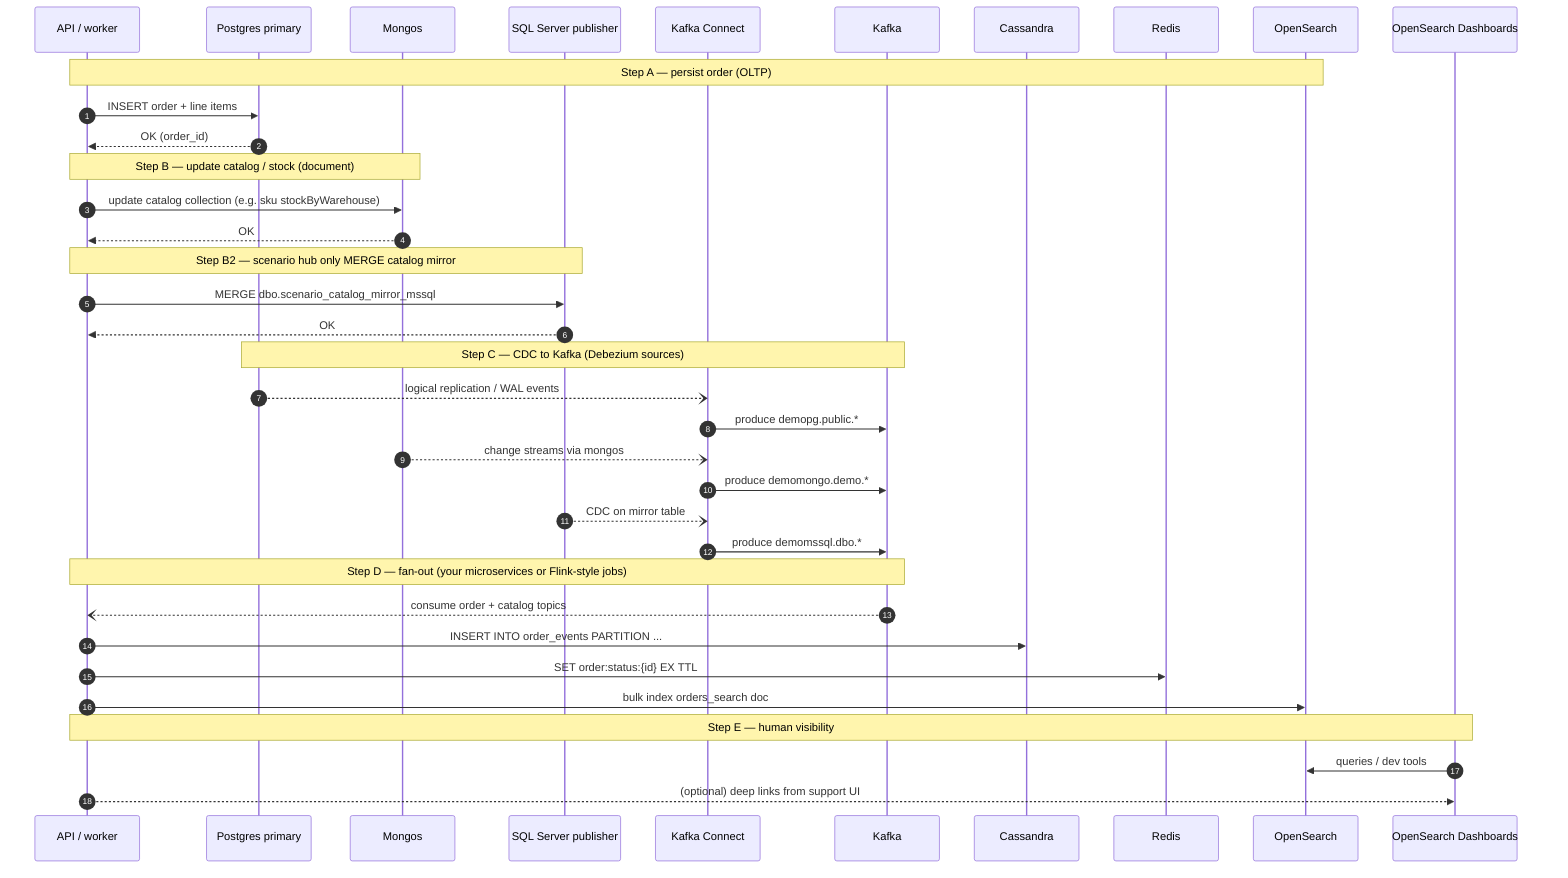
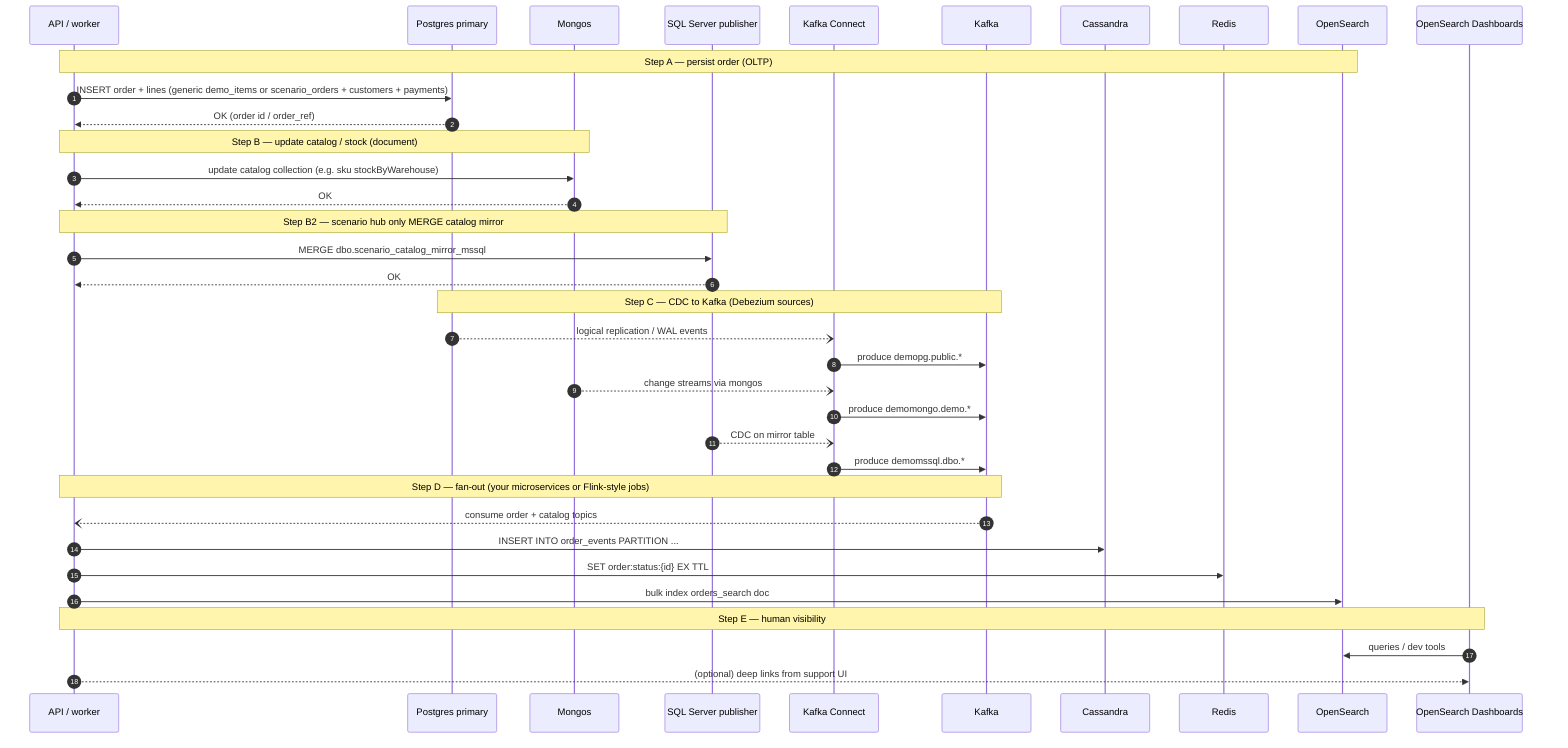
%% End-to-end sequence: one order + optional SQL Server scenario path
sequenceDiagram
  autonumber
  participant App as API / worker
  participant PG as Postgres primary
  participant M as Mongos
  participant MSSQL as SQL Server publisher
  participant Connect as Kafka Connect
  participant K as Kafka
  participant C as Cassandra
  participant R as Redis
  participant O as OpenSearch
  participant OS as OpenSearch Dashboards

  Note over App, O: Step A — persist order (OLTP)
-   App->>PG: INSERT order + line items
-   PG-->>App: OK (order_id)
+   App->>PG: INSERT order + lines (generic demo_items or scenario_orders + customers + payments)
+   PG-->>App: OK (order id / order_ref)

  Note over App, M: Step B — update catalog / stock (document)
  App->>M: update catalog collection (e.g. sku stockByWarehouse)
  M-->>App: OK

  Note over App, MSSQL: Step B2 — scenario hub only MERGE catalog mirror
  App->>MSSQL: MERGE dbo.scenario_catalog_mirror_mssql
  MSSQL-->>App: OK

  Note over PG, K: Step C — CDC to Kafka (Debezium sources)
  PG--)Connect: logical replication / WAL events
  Connect->>K: produce demopg.public.*
  M--)Connect: change streams via mongos
  Connect->>K: produce demomongo.demo.*
  MSSQL--)Connect: CDC on mirror table
  Connect->>K: produce demomssql.dbo.*

  Note over App, K: Step D — fan-out (your microservices or Flink-style jobs)
  K--)App: consume order + catalog topics
  App->>C: INSERT INTO order_events PARTITION ...
  App->>R: SET order:status:{id} EX TTL
  App->>O: bulk index orders_search doc

  Note over App, OS: Step E — human visibility
  OS->>O: queries / dev tools
  App-->>OS: (optional) deep links from support UI
